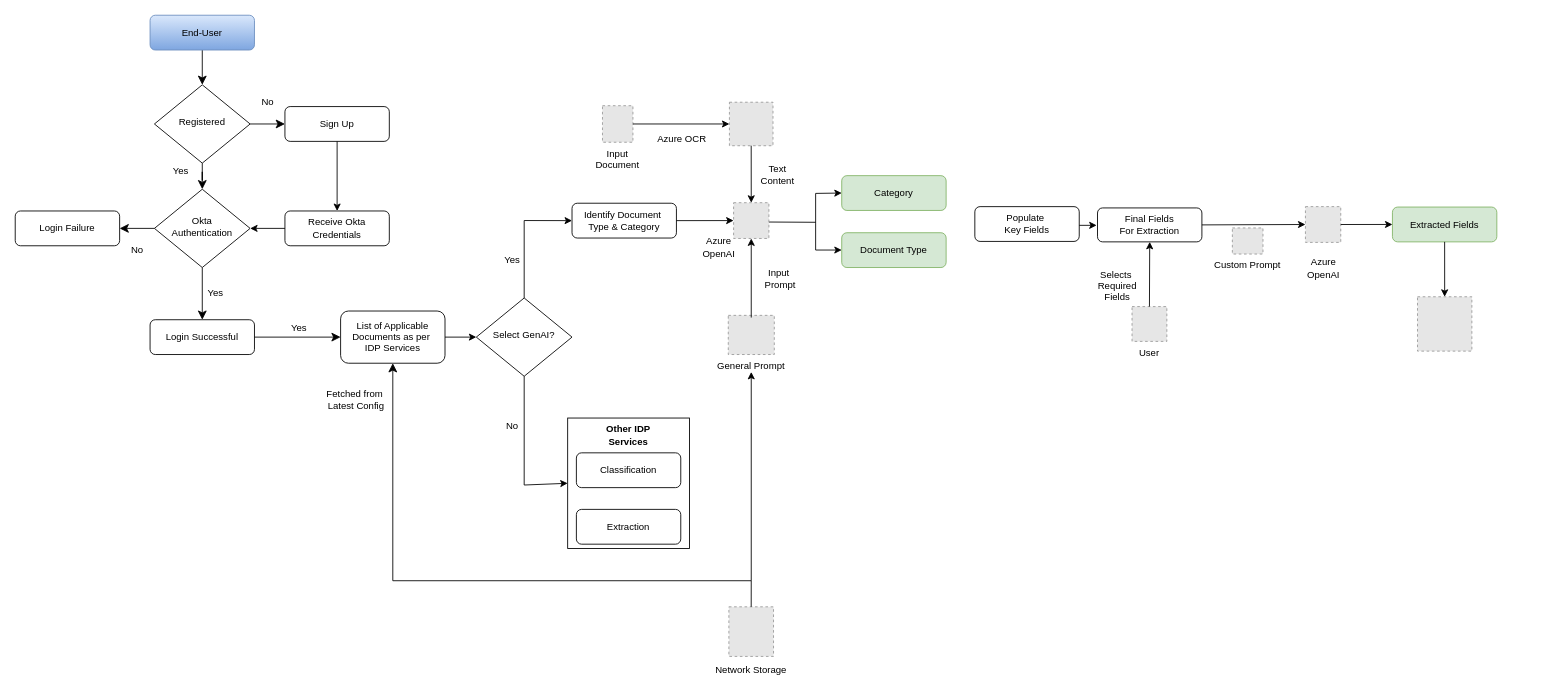
The draw.io diagram Untitled Diagram.drawio in sidthedesigner/Draw.io, before the edit. Source tidied: cells renumbered, new cells numbered last; positions are measured from the earlier drawing's top-left corner, leaving out a move shared by most shapes. Both pictures are drawn from the tidied source at 87%, with x=0, y=0 at pixel (15, 15). Pictures stored in the file or linked from it are replaced by grey dashed boxes.
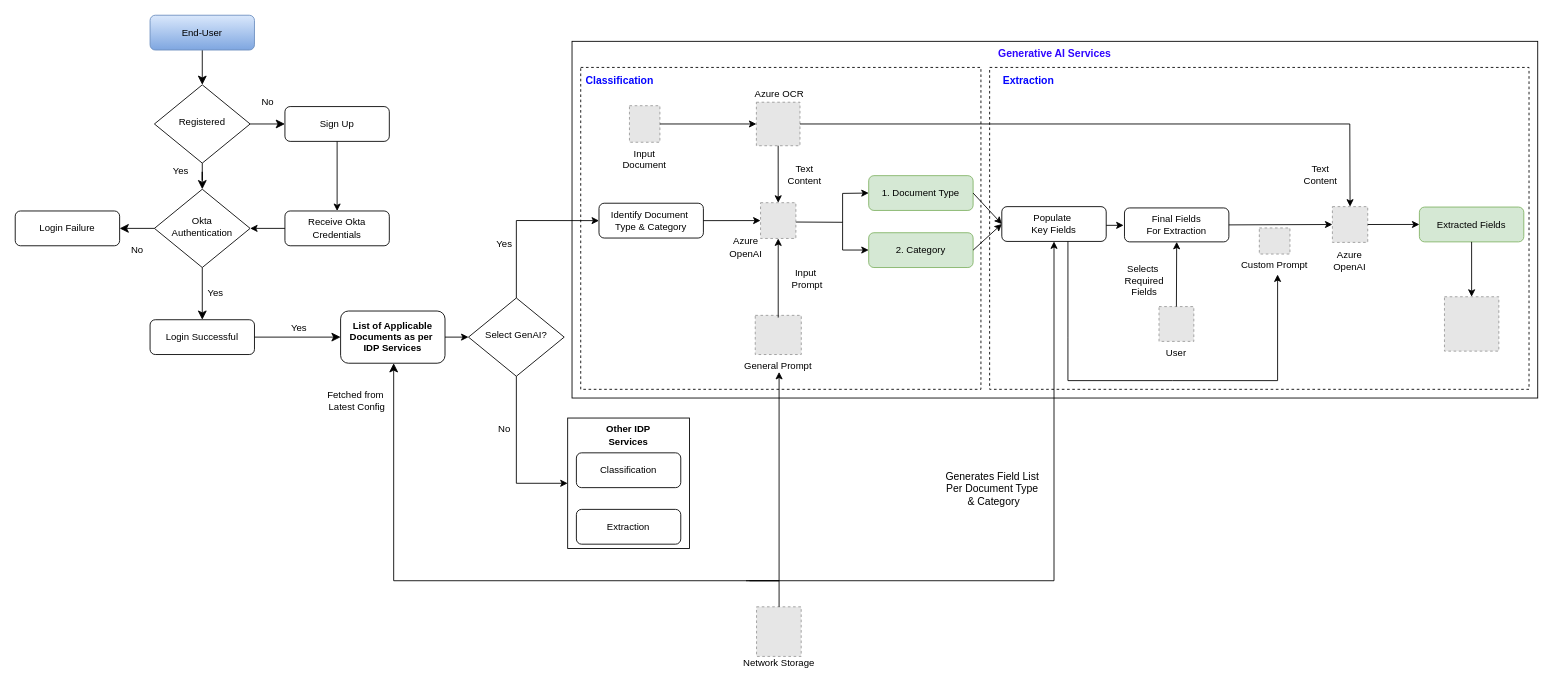
The same page after the edit.

The change refers to these unchanged cells:
```xml
<mxCell id="28" style="rounded=0;whiteSpace=wrap;html=1;fillColor=none;fontSize=11;" parent="1" vertex="1">
  <mxGeometry x="635" y="463" width="140" height="150" as="geometry" />
</mxCell>
<mxCell id="36" style="endArrow=classic;html=1;rounded=0;fontSize=11;exitX=1;exitY=0.5;exitDx=0;exitDy=0;" parent="1" edge="1" source="34" target="35">
  <mxGeometry relative="1" as="geometry" />
</mxCell>
<mxCell id="38" style="endArrow=classic;html=1;rounded=0;entryX=0.5;entryY=0;entryDx=0;entryDy=0;fontSize=11;exitX=0.5;exitY=1;exitDx=0;exitDy=0;" parent="1" edge="1" source="35" target="41">
  <mxGeometry relative="1" as="geometry" />
</mxCell>
```

What changed in the source:
```diff
@@
-    <mxCell id="16" value="List of Applicable&lt;div style=&quot;font-size: 11px;&quot;&gt;Documents&amp;nbsp;&lt;span style=&quot;background-color: initial;&quot;&gt;as per&amp;nbsp;&lt;/span&gt;&lt;/div&gt;&lt;div style=&quot;font-size: 11px;&quot;&gt;&lt;span style=&quot;background-color: initial;&quot;&gt;IDP Services&lt;/span&gt;&lt;/div&gt;" style="rounded=1;whiteSpace=wrap;html=1;fontSize=11;glass=0;strokeWidth=1;shadow=0;" parent="1" vertex="1">
+    <mxCell id="16" value="&lt;b&gt;List of Applicable&lt;/b&gt;&lt;div style=&quot;font-size: 11px;&quot;&gt;&lt;b&gt;Documents&amp;nbsp;&lt;span style=&quot;background-color: initial;&quot;&gt;as per&amp;nbsp;&lt;/span&gt;&lt;/b&gt;&lt;/div&gt;&lt;div style=&quot;font-size: 11px;&quot;&gt;&lt;span style=&quot;background-color: initial;&quot;&gt;&lt;b&gt;IDP Services&lt;/b&gt;&lt;/span&gt;&lt;/div&gt;" style="rounded=1;whiteSpace=wrap;html=1;fontSize=11;glass=0;strokeWidth=1;shadow=0;" parent="1" vertex="1">
       <mxGeometry x="374" y="340" width="120" height="60" as="geometry" />
     </mxCell>
@@
     <mxCell id="18" style="fillColor=#E6E6E6;strokeColor=#999999;dashed=1;verticalLabelPosition=bottom;labelBackgroundColor=default;verticalAlign=top;fontSize=11;" parent="1" vertex="1">
-      <mxGeometry x="820.3" y="680" width="51.3" height="57" as="geometry" />
+      <mxGeometry x="852.1" y="680" width="51.3" height="57" as="geometry" />
     </mxCell>
-    <mxCell id="19" value="&lt;font style=&quot;font-size: 11px;&quot;&gt;Fetched from&lt;/font&gt;&lt;div style=&quot;font-size: 11px;&quot;&gt;&lt;font style=&quot;font-size: 11px;&quot;&gt;&amp;nbsp;Latest&amp;nbsp;&lt;/font&gt;&lt;span style=&quot;background-color: initial; font-size: 11px;&quot;&gt;Config&lt;/span&gt;&lt;/div&gt;" style="rounded=0;html=1;jettySize=auto;fontSize=11;endArrow=classic;endFill=1;endSize=8;strokeWidth=1;shadow=0;labelBackgroundColor=none;edgeStyle=orthogonalEdgeStyle;entryX=0.5;entryY=1;entryDx=0;entryDy=0;exitX=0.5;exitY=0;exitDx=0;exitDy=0;" parent="1" edge="1" source="18" target="16">
+    <mxCell id="19" value="&lt;font style=&quot;font-size: 11px;&quot;&gt;Fetched from&lt;/font&gt;&lt;div style=&quot;font-size: 11px;&quot;&gt;&lt;font style=&quot;font-size: 11px;&quot;&gt;&amp;nbsp;Latest&amp;nbsp;&lt;/font&gt;&lt;span style=&quot;background-color: initial; font-size: 11px;&quot;&gt;Config&lt;/span&gt;&lt;/div&gt;" style="rounded=0;html=1;jettySize=auto;orthogonalLoop=1;fontSize=11;endArrow=classic;endFill=1;endSize=8;strokeWidth=1;shadow=0;labelBackgroundColor=none;edgeStyle=orthogonalEdgeStyle;entryX=0.5;entryY=1;entryDx=0;entryDy=0;exitX=0.5;exitY=0;exitDx=0;exitDy=0;" parent="1" edge="1">
       <mxGeometry x="0.88" y="44" relative="1" as="geometry">
+        <mxPoint x="878" y="680" as="sourcePoint" />
+        <mxPoint x="435" y="400" as="targetPoint" />
         <Array as="points">
-          <mxPoint x="846" y="650" />
-          <mxPoint x="434" y="650" />
+          <mxPoint x="878" y="650" />
+          <mxPoint x="435" y="650" />
         </Array>
       </mxGeometry>
     </mxCell>
     <mxCell id="20" value="Network Storage" style="text;html=1;align=center;verticalAlign=middle;whiteSpace=wrap;rounded=0;fontSize=11;" parent="1" vertex="1">
-      <mxGeometry x="798" y="737" width="96" height="30" as="geometry" />
+      <mxGeometry x="829.8" y="730" width="96" height="30" as="geometry" />
     </mxCell>
@@
     <mxCell id="24" value="&lt;div style=&quot;font-size: 11px;&quot;&gt;Select&amp;nbsp;&lt;span style=&quot;background-color: initial; font-size: 11px;&quot;&gt;GenAI&lt;/span&gt;&lt;span style=&quot;background-color: initial; font-size: 11px;&quot;&gt;?&lt;/span&gt;&lt;/div&gt;" style="rhombus;whiteSpace=wrap;html=1;shadow=0;fontFamily=Helvetica;fontSize=11;align=center;strokeWidth=1;spacing=6;spacingTop=-4;" parent="1" vertex="1">
-      <mxGeometry x="530" y="325" width="110" height="90" as="geometry" />
+      <mxGeometry x="521" y="325" width="110" height="90" as="geometry" />
     </mxCell>
@@
     <mxCell id="26" style="endArrow=classic;html=1;rounded=0;exitX=0.5;exitY=1;exitDx=0;exitDy=0;entryX=0;entryY=0.5;entryDx=0;entryDy=0;fontSize=11;" parent="1" edge="1" source="24" target="28">
       <mxGeometry relative="1" as="geometry">
         <Array as="points">
-          <mxPoint x="585" y="540" />
+          <mxPoint x="576" y="538" />
         </Array>
       </mxGeometry>
     </mxCell>
@@
-    <mxCell id="29" value="Document Type" style="rounded=1;whiteSpace=wrap;html=1;fontSize=11;glass=0;strokeWidth=1;shadow=0;fillColor=#d5e8d4;strokeColor=#82b366;" parent="1" vertex="1">
-      <mxGeometry x="950" y="250" width="120" height="40" as="geometry" />
+    <mxCell id="29" value="2. Category" style="rounded=1;whiteSpace=wrap;html=1;fontSize=11;glass=0;strokeWidth=1;shadow=0;fillColor=#d5e8d4;strokeColor=#82b366;" parent="1" vertex="1">
+      <mxGeometry x="981" y="250" width="120" height="40" as="geometry" />
     </mxCell>
-    <mxCell id="30" value="Category" style="rounded=1;whiteSpace=wrap;html=1;fontSize=11;glass=0;strokeWidth=1;shadow=0;fillColor=#d5e8d4;strokeColor=#82b366;" parent="1" vertex="1">
-      <mxGeometry x="950" y="184.4" width="120" height="40" as="geometry" />
+    <mxCell id="30" value="1. Document Type" style="rounded=1;whiteSpace=wrap;html=1;fontSize=11;glass=0;strokeWidth=1;shadow=0;fillColor=#d5e8d4;strokeColor=#82b366;" parent="1" vertex="1">
+      <mxGeometry x="981" y="184.4" width="120" height="40" as="geometry" />
     </mxCell>
     <mxCell id="31" style="endArrow=classic;html=1;rounded=0;entryX=0;entryY=0.5;entryDx=0;entryDy=0;fontSize=11;" parent="1" edge="1" target="30">
       <mxGeometry relative="1" as="geometry">
-        <mxPoint x="920" y="238.9" as="sourcePoint" />
+        <mxPoint x="951" y="238.9" as="sourcePoint" />
         <Array as="points">
-          <mxPoint x="920" y="204.8" />
+          <mxPoint x="951" y="204.8" />
         </Array>
       </mxGeometry>
     </mxCell>
     <mxCell id="32" style="endArrow=none;html=1;rounded=0;exitX=0.972;exitY=0.564;exitDx=0;exitDy=0;fontSize=11;exitPerimeter=0;" parent="1" edge="1">
       <mxGeometry relative="1" as="geometry">
-        <mxPoint x="865.2" y="237.7" as="sourcePoint" />
-        <mxPoint x="920" y="238" as="targetPoint" />
+        <mxPoint x="896.2" y="237.7" as="sourcePoint" />
+        <mxPoint x="951" y="238" as="targetPoint" />
       </mxGeometry>
     </mxCell>
     <mxCell id="33" style="endArrow=classic;html=1;rounded=0;entryX=0;entryY=0.5;entryDx=0;entryDy=0;fontSize=11;" parent="1" edge="1">
       <mxGeometry relative="1" as="geometry">
-        <mxPoint x="920" y="238.9" as="sourcePoint" />
-        <mxPoint x="950" y="269.9" as="targetPoint" />
+        <mxPoint x="951" y="238.9" as="sourcePoint" />
+        <mxPoint x="981" y="269.9" as="targetPoint" />
         <Array as="points">
-          <mxPoint x="920" y="269.9" />
+          <mxPoint x="951" y="269.9" />
         </Array>
       </mxGeometry>
     </mxCell>
     <mxCell id="34" value="Input&#10;Document" style="fillColor=#E6E6E6;strokeColor=#999999;dashed=1;verticalLabelPosition=bottom;labelBackgroundColor=default;verticalAlign=top;fontSize=11;" parent="1" vertex="1">
-      <mxGeometry x="675" y="104" width="35" height="42" as="geometry" />
+      <mxGeometry x="706" y="104" width="35" height="42" as="geometry" />
     </mxCell>
     <mxCell id="35" style="fillColor=#E6E6E6;strokeColor=#999999;dashed=1;verticalLabelPosition=bottom;labelBackgroundColor=default;verticalAlign=top;fontSize=11;" parent="1" vertex="1">
-      <mxGeometry x="820.9" y="100" width="50.1" height="50" as="geometry" />
+      <mxGeometry x="851.9" y="100" width="50.1" height="50" as="geometry" />
     </mxCell>
@@
     <mxCell id="37" value="Azure OCR" style="edgeLabel;html=1;align=center;verticalAlign=middle;fontSize=11;" parent="36" vertex="1">
       <mxGeometry x="0.05" relative="1" as="geometry">
-        <mxPoint x="-3" y="16" as="offset" />
+        <mxPoint x="78" y="-35" as="offset" />
       </mxGeometry>
     </mxCell>
@@
+    <mxCell id="64" value="Text&lt;div style=&quot;font-size: 11px;&quot;&gt;Content&lt;/div&gt;" style="edgeLabel;html=1;align=center;verticalAlign=middle;fontSize=11;" parent="38" vertex="1">
+      <mxGeometry x="-0.07" y="1" relative="1" as="geometry">
+        <mxPoint x="622" y="4" as="offset" />
+      </mxGeometry>
+    </mxCell>
     <mxCell id="40" value="Populate&amp;nbsp;&lt;div style=&quot;font-size: 11px;&quot;&gt;Key Fields&lt;/div&gt;" style="rounded=1;whiteSpace=wrap;html=1;fontSize=11;glass=0;strokeWidth=1;shadow=0;" parent="1" vertex="1">
-      <mxGeometry x="1103" y="220" width="120" height="40" as="geometry" />
+      <mxGeometry x="1134" y="220" width="120" height="40" as="geometry" />
     </mxCell>
     <mxCell id="41" style="fillColor=#E6E6E6;strokeColor=#999999;dashed=1;verticalLabelPosition=bottom;labelBackgroundColor=default;verticalAlign=top;fontSize=11;" parent="1" vertex="1">
-      <mxGeometry x="825.7" y="215.5" width="40.6" height="41.1" as="geometry" />
+      <mxGeometry x="856.7" y="215.5" width="40.6" height="41.1" as="geometry" />
     </mxCell>
     <mxCell id="42" value="General Prompt" style="fillColor=#E6E6E6;strokeColor=#999999;dashed=1;verticalLabelPosition=bottom;labelBackgroundColor=default;verticalAlign=top;fontSize=11;" parent="1" vertex="1">
-      <mxGeometry x="819.6" y="345" width="52.9" height="45" as="geometry" />
+      <mxGeometry x="850.6" y="345" width="52.9" height="45" as="geometry" />
     </mxCell>
     <mxCell id="43" style="endArrow=classic;html=1;rounded=0;entryX=0.5;entryY=1;entryDx=0;entryDy=0;fontSize=11;" parent="1" edge="1" target="41">
       <mxGeometry relative="1" as="geometry">
-        <mxPoint x="846" y="347.5" as="sourcePoint" />
+        <mxPoint x="877" y="347.5" as="sourcePoint" />
       </mxGeometry>
     </mxCell>
@@
     <mxCell id="45" value="Azure OpenAI" style="text;html=1;align=center;verticalAlign=middle;whiteSpace=wrap;rounded=0;fontSize=11;" parent="1" vertex="1">
-      <mxGeometry x="775" y="250.9" width="68" height="33" as="geometry" />
+      <mxGeometry x="806" y="250.9" width="68" height="33" as="geometry" />
     </mxCell>
     <mxCell id="46" value="Final Fields&lt;div style=&quot;font-size: 11px;&quot;&gt;For Extraction&lt;/div&gt;" style="rounded=1;whiteSpace=wrap;html=1;fontSize=11;glass=0;strokeWidth=1;shadow=0;" parent="1" vertex="1">
-      <mxGeometry x="1244" y="221.5" width="120" height="39" as="geometry" />
+      <mxGeometry x="1275" y="221.5" width="120" height="39" as="geometry" />
     </mxCell>
     <mxCell id="47" style="endArrow=classic;html=1;rounded=0;fontSize=11;" parent="1" edge="1">
       <mxGeometry relative="1" as="geometry">
-        <mxPoint x="1223" y="241.5" as="sourcePoint" />
-        <mxPoint x="1243" y="241.5" as="targetPoint" />
+        <mxPoint x="1254" y="241.5" as="sourcePoint" />
+        <mxPoint x="1274" y="241.5" as="targetPoint" />
       </mxGeometry>
     </mxCell>
     <mxCell id="48" style="fillColor=#E6E6E6;strokeColor=#999999;dashed=1;verticalLabelPosition=bottom;labelBackgroundColor=default;verticalAlign=top;fontSize=11;" parent="1" vertex="1">
-      <mxGeometry x="1483" y="220" width="40.6" height="41.1" as="geometry" />
+      <mxGeometry x="1514" y="220" width="40.6" height="41.1" as="geometry" />
     </mxCell>
@@
     <mxCell id="50" value="Custom Prompt&#10;" style="fillColor=#E6E6E6;strokeColor=#999999;dashed=1;verticalLabelPosition=bottom;labelBackgroundColor=default;verticalAlign=top;fontSize=11;" parent="1" vertex="1">
-      <mxGeometry x="1399" y="244.5" width="35.2" height="30" as="geometry" />
+      <mxGeometry x="1430" y="244.5" width="35.2" height="30" as="geometry" />
     </mxCell>
     <mxCell id="51" value="Extracted Fields" style="rounded=1;whiteSpace=wrap;html=1;fontSize=11;glass=0;strokeWidth=1;shadow=0;fillColor=#d5e8d4;strokeColor=#82b366;" parent="1" vertex="1">
-      <mxGeometry x="1583" y="220.5" width="120" height="40" as="geometry" />
+      <mxGeometry x="1614" y="220.5" width="120" height="40" as="geometry" />
     </mxCell>
@@
     <mxCell id="53" value="User" style="fillColor=#E6E6E6;strokeColor=#999999;dashed=1;verticalLabelPosition=bottom;labelBackgroundColor=default;verticalAlign=top;fontSize=11;" parent="1" vertex="1">
-      <mxGeometry x="1283.7" y="334.9" width="40" height="40" as="geometry" />
+      <mxGeometry x="1314.7" y="334.9" width="40" height="40" as="geometry" />
     </mxCell>
     <mxCell id="54" style="endArrow=classic;html=1;rounded=0;exitX=0.5;exitY=0;exitDx=0;exitDy=0;entryX=0.5;entryY=1;entryDx=0;entryDy=0;fontSize=11;" parent="1" edge="1" source="53">
       <mxGeometry relative="1" as="geometry">
-        <mxPoint x="1304" y="260.5" as="targetPoint" />
+        <mxPoint x="1335" y="260.5" as="targetPoint" />
       </mxGeometry>
     </mxCell>
     <mxCell id="55" value="Selects&amp;nbsp;&lt;div style=&quot;font-size: 11px;&quot;&gt;Required Fields&lt;/div&gt;" style="text;html=1;align=center;verticalAlign=middle;whiteSpace=wrap;rounded=0;fontSize=11;" parent="1" vertex="1">
-      <mxGeometry x="1240" y="295.5" width="54" height="30" as="geometry" />
+      <mxGeometry x="1271" y="290" width="54" height="30" as="geometry" />
     </mxCell>
     <mxCell id="56" style="fillColor=#E6E6E6;strokeColor=#999999;dashed=1;verticalLabelPosition=bottom;labelBackgroundColor=default;verticalAlign=top;fontSize=11;" parent="1" vertex="1">
-      <mxGeometry x="1611.8" y="323.6" width="62.5" height="62.5" as="geometry" />
+      <mxGeometry x="1642.8" y="323.6" width="62.5" height="62.5" as="geometry" />
     </mxCell>
@@
     <mxCell id="58" value="Azure OpenAI" style="text;html=1;align=center;verticalAlign=middle;whiteSpace=wrap;rounded=0;fontSize=11;" parent="1" vertex="1">
-      <mxGeometry x="1470" y="274.5" width="68" height="33" as="geometry" />
+      <mxGeometry x="1500.3" y="265" width="68" height="33" as="geometry" />
     </mxCell>
     <mxCell id="59" style="endArrow=classic;html=1;rounded=0;exitX=0.5;exitY=0;exitDx=0;exitDy=0;fontSize=11;entryX=0;entryY=0.5;entryDx=0;entryDy=0;" parent="1" edge="1" source="24" target="61">
       <mxGeometry relative="1" as="geometry">
         <Array as="points">
-          <mxPoint x="585" y="236" />
+          <mxPoint x="576" y="236" />
         </Array>
       </mxGeometry>
     </mxCell>
@@
     <mxCell id="61" value="Identify Document&amp;nbsp;&lt;div&gt;Type &amp;amp; Category&lt;/div&gt;" style="rounded=1;whiteSpace=wrap;html=1;fontSize=11;glass=0;strokeWidth=1;shadow=0;" parent="1" vertex="1">
-      <mxGeometry x="640" y="216.1" width="120" height="40" as="geometry" />
+      <mxGeometry x="671" y="216.1" width="120" height="40" as="geometry" />
     </mxCell>
@@
     <mxCell id="63" style="endArrow=classic;html=1;rounded=0;" parent="1" edge="1">
       <mxGeometry relative="1" as="geometry">
-        <mxPoint x="846" y="650" as="sourcePoint" />
-        <mxPoint x="846" y="410" as="targetPoint" />
+        <mxPoint x="844" y="650" as="sourcePoint" />
+        <mxPoint x="878" y="410" as="targetPoint" />
+        <Array as="points">
+          <mxPoint x="878" y="650" />
+        </Array>
       </mxGeometry>
     </mxCell>
+    <mxCell id="65" style="endArrow=classic;html=1;rounded=0;entryX=0;entryY=0.5;entryDx=0;entryDy=0;exitX=1;exitY=0.5;exitDx=0;exitDy=0;" parent="1" edge="1" source="30" target="40">
+      <mxGeometry relative="1" as="geometry" />
+    </mxCell>
+    <mxCell id="66" style="endArrow=classic;html=1;rounded=0;exitX=1;exitY=0.5;exitDx=0;exitDy=0;entryX=0;entryY=0.5;entryDx=0;entryDy=0;" parent="1" edge="1" source="29" target="40">
+      <mxGeometry relative="1" as="geometry" />
+    </mxCell>
+    <mxCell id="67" style="endArrow=classic;html=1;rounded=0;entryX=0.5;entryY=1;entryDx=0;entryDy=0;" parent="1" edge="1" target="40">
+      <mxGeometry relative="1" as="geometry">
+        <mxPoint x="840" y="650" as="sourcePoint" />
+        <Array as="points">
+          <mxPoint x="1194" y="650" />
+        </Array>
+      </mxGeometry>
+    </mxCell>
+    <mxCell id="68" style="endArrow=classic;html=1;rounded=0;" parent="1" edge="1">
+      <mxGeometry relative="1" as="geometry">
+        <mxPoint x="1210" y="260" as="sourcePoint" />
+        <mxPoint x="1451" y="298" as="targetPoint" />
+        <Array as="points">
+          <mxPoint x="1210" y="370" />
+          <mxPoint x="1210" y="420" />
+          <mxPoint x="1330" y="420" />
+          <mxPoint x="1451" y="420" />
+        </Array>
+      </mxGeometry>
+    </mxCell>
+    <mxCell id="69" style="endArrow=classic;html=1;rounded=0;exitX=1;exitY=0.5;exitDx=0;exitDy=0;entryX=0.5;entryY=0;entryDx=0;entryDy=0;" parent="1" edge="1" source="35" target="48">
+      <mxGeometry relative="1" as="geometry">
+        <Array as="points">
+          <mxPoint x="1534" y="125" />
+        </Array>
+      </mxGeometry>
+    </mxCell>
+    <mxCell id="70" style="rounded=0;whiteSpace=wrap;html=1;fillColor=none;dashed=1;strokeWidth=1;" parent="1" vertex="1">
+      <mxGeometry x="650" y="60" width="460" height="370" as="geometry" />
+    </mxCell>
+    <mxCell id="71" style="rounded=0;whiteSpace=wrap;html=1;fillColor=none;dashed=1;strokeWidth=1;" parent="1" vertex="1">
+      <mxGeometry x="1120" y="60" width="620" height="370" as="geometry" />
+    </mxCell>
+    <mxCell id="72" value="&lt;span&gt;Classification&lt;/span&gt;" style="text;html=1;align=center;verticalAlign=middle;whiteSpace=wrap;rounded=0;strokeColor=none;fontStyle=1;fontColor=#0505FF;" parent="1" vertex="1">
+      <mxGeometry x="650" y="60" width="90" height="30" as="geometry" />
+    </mxCell>
+    <mxCell id="73" value="&lt;span&gt;Extraction&lt;/span&gt;" style="text;html=1;align=center;verticalAlign=middle;whiteSpace=wrap;rounded=0;strokeColor=none;fontStyle=1;fontColor=#0505FF;" parent="1" vertex="1">
+      <mxGeometry x="1120" y="60" width="90" height="30" as="geometry" />
+    </mxCell>
+    <mxCell id="74" style="rounded=0;whiteSpace=wrap;html=1;fillColor=none;strokeWidth=1;" parent="1" vertex="1">
+      <mxGeometry x="640" y="30" width="1110" height="410" as="geometry" />
+    </mxCell>
+    <mxCell id="75" value="&lt;b&gt;&lt;font color=&quot;#2f05ff&quot;&gt;Generative AI Services&lt;/font&gt;&lt;/b&gt;" style="text;html=1;align=center;verticalAlign=middle;whiteSpace=wrap;rounded=0;" parent="1" vertex="1">
+      <mxGeometry x="640" y="30" width="1110" height="30" as="geometry" />
+    </mxCell>
+    <mxCell id="76" value="Generates Field List&amp;nbsp;&lt;div&gt;Per&amp;nbsp;&lt;span style=&quot;background-color: initial;&quot;&gt;Document Type&amp;nbsp;&lt;/span&gt;&lt;/div&gt;&lt;div&gt;&lt;span style=&quot;background-color: initial;&quot;&gt;&amp;amp; Category&lt;/span&gt;&lt;/div&gt;" style="text;html=1;align=center;verticalAlign=middle;whiteSpace=wrap;rounded=0;" parent="1" vertex="1">
+      <mxGeometry x="1060" y="511" width="130" height="67" as="geometry" />
+    </mxCell>
```
